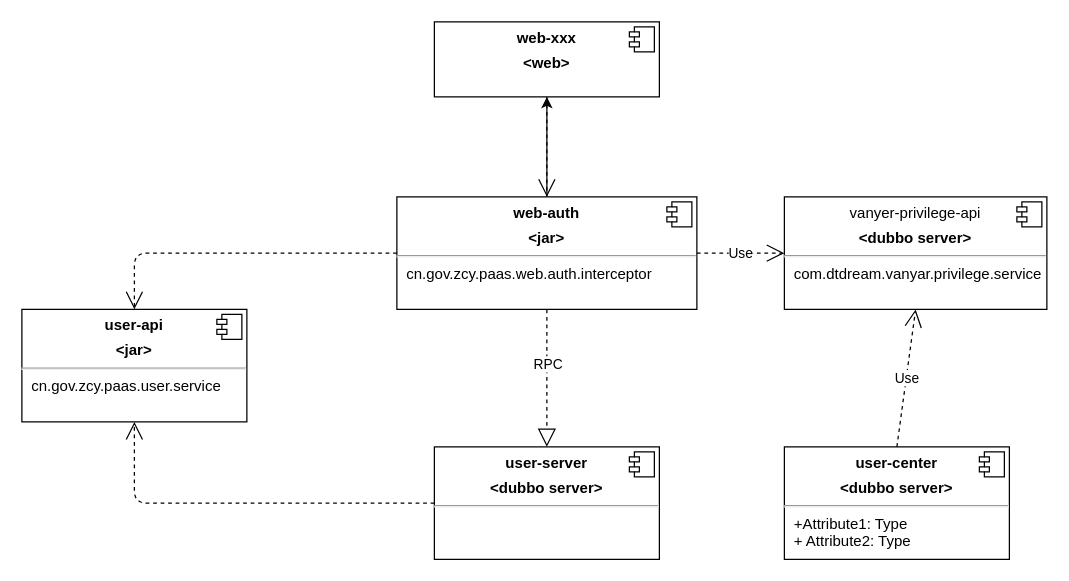
Above: 未命名绘图.drawio in ezuike/app.diagrams.net (draw.io), before the change. Source tidied: cells renumbered, new cells numbered last; positions are measured from the earlier drawing's top-left corner, leaving out a move shared by most shapes. Both pictures are drawn from the tidied source at 125%, with x=0, y=0 at pixel (21, 21).
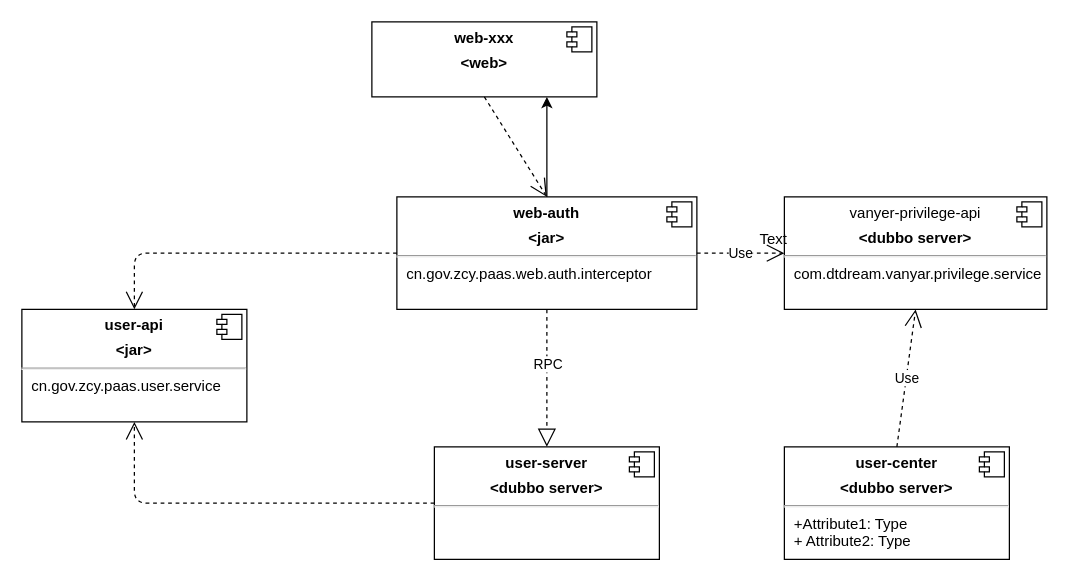
The same diagram, later.

Commit message (it also covers changes not shown here):
更新未命名绘图.drawio

What changed in the source:
```diff
@@
     <mxCell id="9" value="&lt;p style=&quot;margin: 0px ; margin-top: 6px ; text-align: center&quot;&gt;&lt;b&gt;web-xxx&lt;/b&gt;&lt;/p&gt;&lt;p style=&quot;margin: 0px ; margin-top: 6px ; text-align: center&quot;&gt;&lt;b&gt;&amp;lt;web&amp;gt;&lt;/b&gt;&lt;/p&gt;" style="align=left;overflow=fill;html=1;" parent="1" vertex="1">
-      <mxGeometry x="330" width="180" height="60" as="geometry" />
+      <mxGeometry x="280" width="180" height="60" as="geometry" />
     </mxCell>
@@
+    <mxCell id="22" value="Text" style="text;html=1;align=center;verticalAlign=middle;" parent="1" vertex="1">
+      <mxGeometry x="581" y="164" width="40" height="20" as="geometry" />
+    </mxCell>
```
